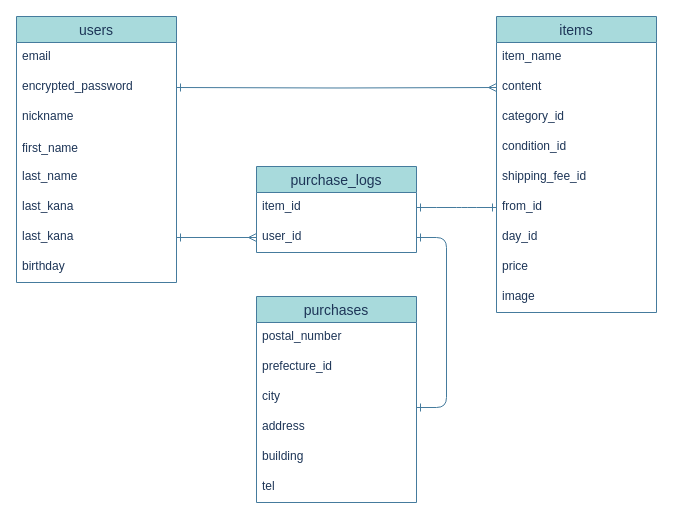
Above: ER.dio in saraya103/furima-35195 (draw.io), before the change. Source tidied: cells renumbered, new cells numbered last; positions are measured from the earlier drawing's top-left corner, leaving out a move shared by most shapes. Both pictures are drawn from the tidied source at 100%, with x=0, y=0 at pixel (16, 16).
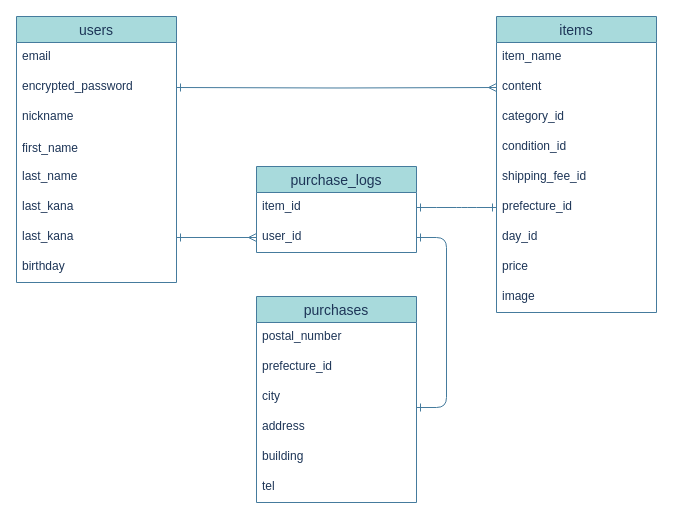
Above is the later version.

Unchanged cells that the change refers to:
```xml
<mxCell id="11" value="items" style="swimlane;fontStyle=0;horizontal=1;startSize=26;align=center;fontSize=14;fillColor=#A8DADC;strokeColor=#457B9D;fontColor=#1D3557;swimlaneFillColor=#ffffff;" parent="1" vertex="1">
  <mxGeometry x="480" width="160" height="296" as="geometry" />
</mxCell>
```

Diff of the diagram source:
```diff
@@
-    <mxCell id="17" value="from_id" style="text;strokeColor=none;fillColor=none;spacingLeft=4;spacingRight=4;overflow=hidden;fontSize=12;fontColor=#1D3557;" parent="11" vertex="1">
+    <mxCell id="17" value="prefecture_id" style="text;strokeColor=none;fillColor=none;spacingLeft=4;spacingRight=4;overflow=hidden;fontSize=12;fontColor=#1D3557;" parent="11" vertex="1">
       <mxGeometry y="176" width="160" height="30" as="geometry" />
     </mxCell>
```
